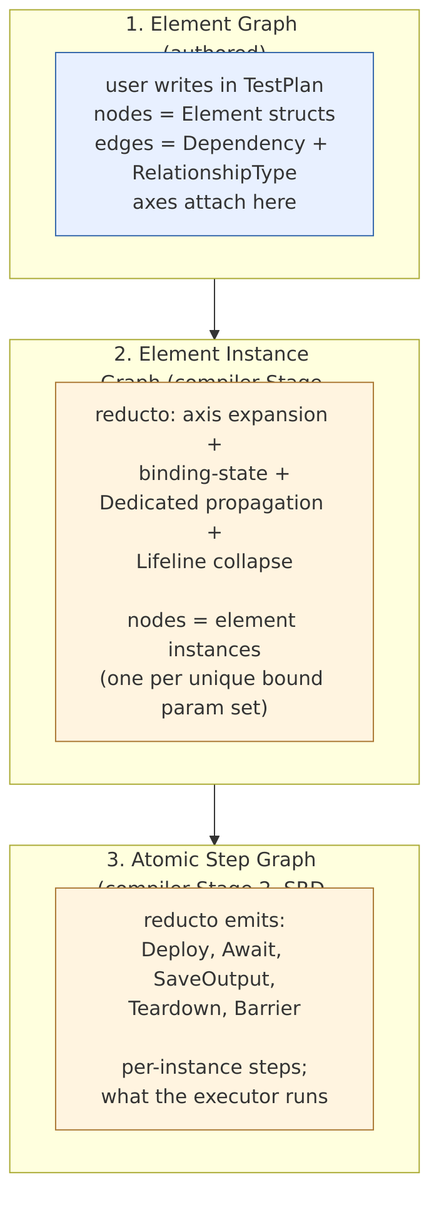
nosqlbench/hyperplane-rs keeps this Mermaid diagram as docs/design/diagrams/SRD-0007/three-graphs.png. Above is the earlier version. Its source is kept beside it as docs/design/diagrams/SRD-0007/three-graphs.mmd. Source of this version:
```mermaid
flowchart TB
    subgraph Authored ["1. Element Graph (authored)"]
        A["user writes in TestPlan<br/>nodes = Element structs<br/>edges = Dependency + RelationshipType<br/>axes attach here"]
    end
    subgraph Instance ["2. Element Instance Graph (compiler Stage 1)"]
        B["reducto: axis expansion +<br/>binding-state +<br/>Dedicated propagation +<br/>Lifeline collapse<br/><br/>nodes = element instances<br/>(one per unique bound param set)"]
    end
    subgraph Atomic ["3. Atomic Step Graph (compiler Stage 2, SRD-0009)"]
        C["reducto emits:<br/>Deploy, Await, SaveOutput,<br/>Teardown, Barrier<br/><br/>per-instance steps;<br/>what the executor runs"]
    end

    Authored --> Instance --> Atomic

    classDef authored fill:#e8f0ff,stroke:#3366aa
    classDef derived fill:#fff4e0,stroke:#aa7733
    class A authored
    class B,C derived
```
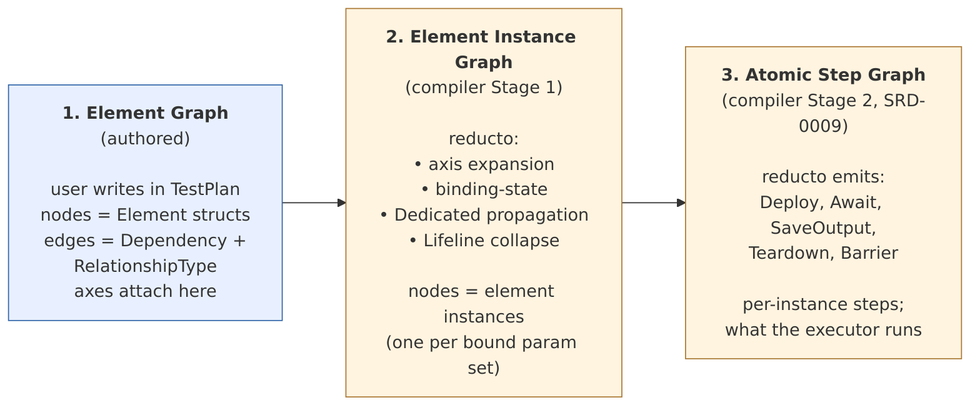
After the change.

Diff of the diagram source:
```diff
@@ -1,15 +1,10 @@
-flowchart TB
-    subgraph Authored ["1. Element Graph (authored)"]
-        A["user writes in TestPlan<br/>nodes = Element structs<br/>edges = Dependency + RelationshipType<br/>axes attach here"]
-    end
-    subgraph Instance ["2. Element Instance Graph (compiler Stage 1)"]
-        B["reducto: axis expansion +<br/>binding-state +<br/>Dedicated propagation +<br/>Lifeline collapse<br/><br/>nodes = element instances<br/>(one per unique bound param set)"]
-    end
-    subgraph Atomic ["3. Atomic Step Graph (compiler Stage 2, SRD-0009)"]
-        C["reducto emits:<br/>Deploy, Await, SaveOutput,<br/>Teardown, Barrier<br/><br/>per-instance steps;<br/>what the executor runs"]
-    end
+%%{init: {'flowchart': {'nodeSpacing': 40, 'rankSpacing': 60}}}%%
+flowchart LR
+    A["<b>1. Element Graph</b><br/>(authored)<br/><br/>user writes in TestPlan<br/>nodes = Element structs<br/>edges = Dependency +<br/>  RelationshipType<br/>axes attach here"]
+    B["<b>2. Element Instance Graph</b><br/>(compiler Stage 1)<br/><br/>reducto:<br/>• axis expansion<br/>• binding-state<br/>• Dedicated propagation<br/>• Lifeline collapse<br/><br/>nodes = element instances<br/>(one per bound param set)"]
+    C["<b>3. Atomic Step Graph</b><br/>(compiler Stage 2, SRD-0009)<br/><br/>reducto emits:<br/>Deploy, Await, SaveOutput,<br/>Teardown, Barrier<br/><br/>per-instance steps;<br/>what the executor runs"]
 
-    Authored --> Instance --> Atomic
+    A --> B --> C
 
     classDef authored fill:#e8f0ff,stroke:#3366aa
     classDef derived fill:#fff4e0,stroke:#aa7733
```
